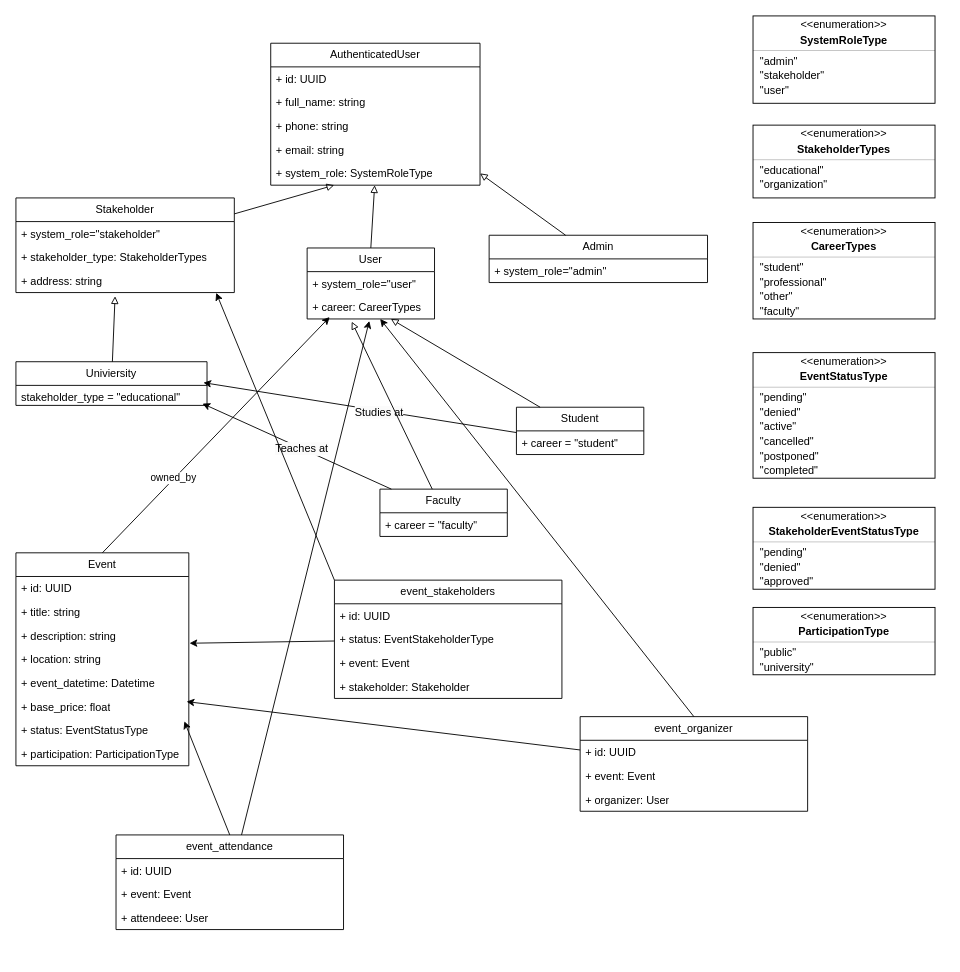
Earlier version of the draw.io diagram uml/class_diagram/class_diagram.drawio (Gderhy/soen343_sees). Source tidied: cells renumbered, new cells numbered last; positions are measured from the earlier drawing's top-left corner, leaving out a move shared by most shapes. Both pictures are drawn from the tidied source at 91%, with x=0, y=0 at pixel (15, 15).
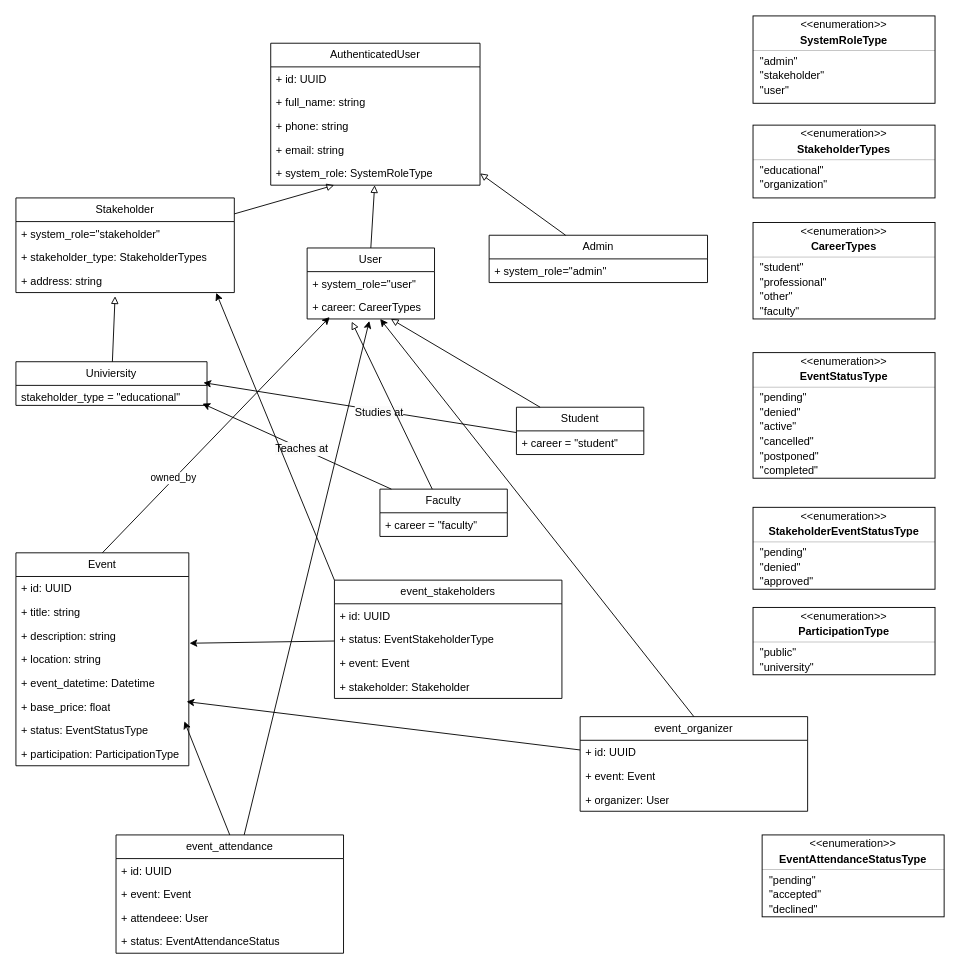
After the change.

Commit message:
Add EventAttendanceStatus and enumeration for attendance status options in class diagram

The edit, as a diff of the source:
```diff
@@
     <mxCell id="97" value="event_attendance" style="swimlane;fontStyle=0;horizontal=1;startSize=26;fillColor=none;whiteSpace=wrap;html=1;" parent="1" vertex="1">
-      <mxGeometry x="110" y="900" width="250" height="104" as="geometry" />
+      <mxGeometry x="110" y="900" width="250" height="130" as="geometry" />
     </mxCell>
@@
+    <mxCell id="109" value="+ status: EventAttendanceStatus" style="text;strokeColor=none;fillColor=none;align=left;verticalAlign=top;spacingLeft=4;spacingRight=4;overflow=hidden;whiteSpace=wrap;html=1;" parent="97" vertex="1">
+      <mxGeometry y="104" width="250" height="26" as="geometry" />
+    </mxCell>
@@
+    <mxCell id="110" style="fontStyle=1;align=center;verticalAlign=middle;horizontal=1;" parent="1" vertex="1">
+      <mxGeometry x="820" y="900" width="200" height="90" as="geometry" />
+    </mxCell>
+    <mxCell id="111" value="&amp;lt;&amp;lt;enumeration&amp;gt;&amp;gt;" style="html=1;align=center;spacing=0;verticalAlign=middle;strokeColor=none;fillColor=none;whiteSpace=wrap;" parent="110" vertex="1">
+      <mxGeometry width="200" height="20" as="geometry" />
+    </mxCell>
+    <mxCell id="112" value="EventAttendanceStatusType" style="html=1;align=center;spacing=0;verticalAlign=middle;strokeColor=none;fillColor=none;whiteSpace=wrap;fontStyle=1;" parent="110" vertex="1">
+      <mxGeometry y="20" width="200" height="14" as="geometry" />
+    </mxCell>
+    <mxCell id="113" style="line;strokeWidth=0.25;fillColor=none;align=left;verticalAlign=middle;spacingTop=-1;spacingLeft=3;spacingRight=3;labelPosition=right;" parent="110" vertex="1">
+      <mxGeometry y="34" width="200" height="8" as="geometry" />
+    </mxCell>
+    <mxCell id="114" value="&quot;pending&quot;" style="html=1;align=left;spacing=0;spacingLeft=8;verticalAlign=middle;strokeColor=none;fillColor=none;whiteSpace=wrap;" parent="110" vertex="1">
+      <mxGeometry y="42" width="200" height="16" as="geometry" />
+    </mxCell>
+    <mxCell id="115" value="&quot;accepted&quot;" style="html=1;align=left;spacing=0;spacingLeft=8;verticalAlign=middle;strokeColor=none;fillColor=none;whiteSpace=wrap;" parent="110" vertex="1">
+      <mxGeometry y="58" width="200" height="16" as="geometry" />
+    </mxCell>
+    <mxCell id="116" value="&quot;declined&quot;" style="html=1;align=left;spacing=0;spacingLeft=8;verticalAlign=middle;strokeColor=none;fillColor=none;whiteSpace=wrap;" parent="110" vertex="1">
+      <mxGeometry y="74" width="200" height="16" as="geometry" />
+    </mxCell>
```
